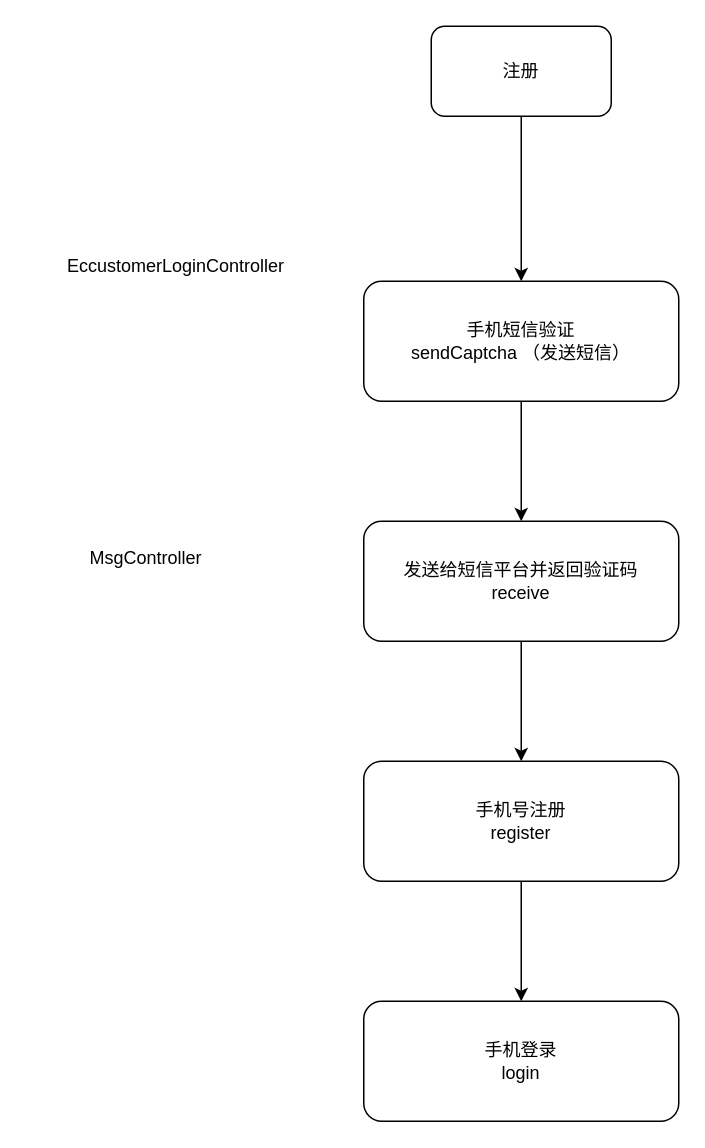
Above: 未命名绘图.drawio in luweib/itech (draw.io), before the change. Source tidied: cells renumbered, new cells numbered last; positions are measured from the earlier drawing's top-left corner, leaving out a move shared by most shapes. Both pictures are drawn from the tidied source at 150%, with x=0, y=0 at pixel (26, 26).
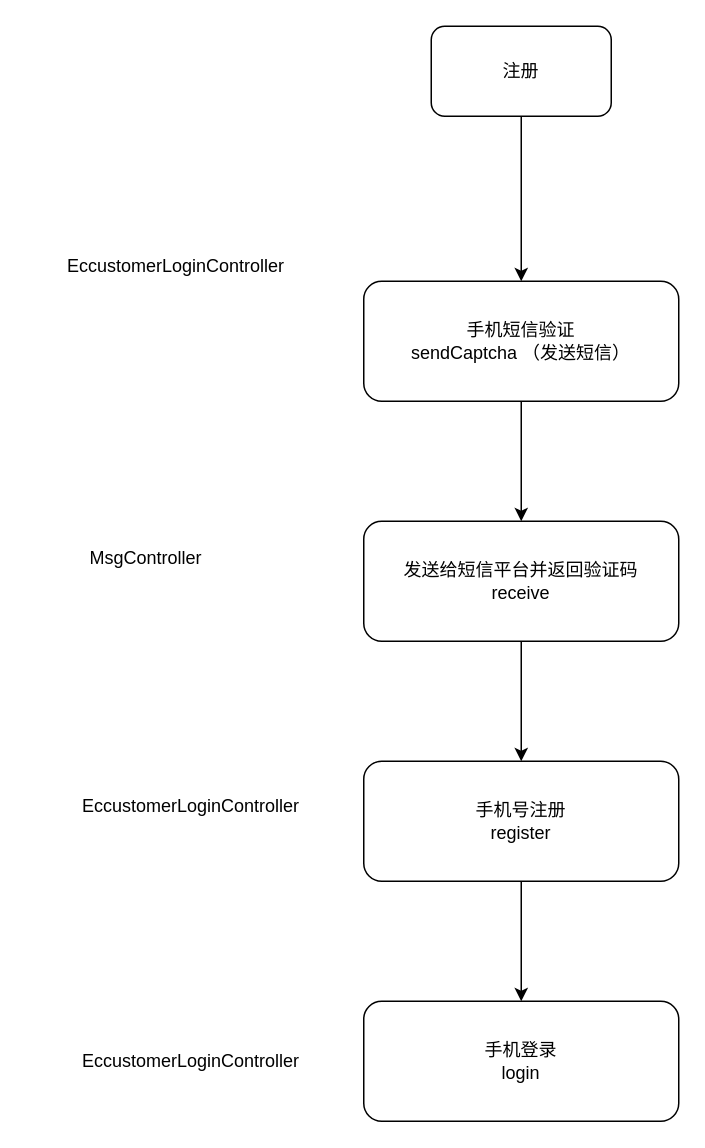
The same page after the edit.

Commit message (it also covers changes not shown here):
更新未命名绘图.drawio

Change to the diagram source:
```diff
@@
 <mxGraphModel>
   <root>
     <mxCell id="0" />
     <mxCell id="1" parent="0" />
     <mxCell id="2" style="edgeStyle=orthogonalEdgeStyle;rounded=0;jettySize=auto;html=1;" parent="1" edge="1" source="3" target="5">
       <mxGeometry relative="1" as="geometry" />
     </mxCell>
     <mxCell id="3" value="注册" style="rounded=1;whiteSpace=wrap;html=1;" parent="1" vertex="1">
       <mxGeometry x="270" width="120" height="60" as="geometry" />
     </mxCell>
     <mxCell id="4" style="edgeStyle=orthogonalEdgeStyle;rounded=0;jettySize=auto;html=1;" parent="1" edge="1" source="5" target="7">
       <mxGeometry relative="1" as="geometry" />
     </mxCell>
     <mxCell id="5" value="手机短信验证&lt;br&gt;sendCaptcha （发送短信）" style="rounded=1;whiteSpace=wrap;html=1;" parent="1" vertex="1">
       <mxGeometry x="225" y="170" width="210" height="80" as="geometry" />
     </mxCell>
     <mxCell id="6" style="edgeStyle=orthogonalEdgeStyle;rounded=0;jettySize=auto;html=1;" parent="1" edge="1" source="7" target="9">
       <mxGeometry relative="1" as="geometry" />
     </mxCell>
     <mxCell id="7" value="发送给短信平台并返回验证码&lt;br&gt;receive" style="rounded=1;whiteSpace=wrap;html=1;" parent="1" vertex="1">
       <mxGeometry x="225" y="330" width="210" height="80" as="geometry" />
     </mxCell>
     <mxCell id="8" style="edgeStyle=orthogonalEdgeStyle;rounded=0;jettySize=auto;html=1;" parent="1" edge="1" source="9" target="10">
       <mxGeometry relative="1" as="geometry" />
     </mxCell>
     <mxCell id="9" value="手机号注册&lt;br&gt;register" style="rounded=1;whiteSpace=wrap;html=1;" parent="1" vertex="1">
       <mxGeometry x="225" y="490" width="210" height="80" as="geometry" />
     </mxCell>
     <mxCell id="10" value="手机登录&lt;br&gt;login" style="rounded=1;whiteSpace=wrap;html=1;" parent="1" vertex="1">
       <mxGeometry x="225" y="650" width="210" height="80" as="geometry" />
     </mxCell>
     <mxCell id="11" value="EccustomerLoginController" style="text;html=1;strokeColor=none;fillColor=none;align=center;verticalAlign=middle;whiteSpace=wrap;rounded=0;" parent="1" vertex="1">
       <mxGeometry x="80" y="150" width="40" height="20" as="geometry" />
     </mxCell>
     <mxCell id="12" value="MsgController" style="text;html=1;strokeColor=none;fillColor=none;align=center;verticalAlign=middle;whiteSpace=wrap;rounded=0;" parent="1" vertex="1">
       <mxGeometry y="340" width="160" height="30" as="geometry" />
     </mxCell>
+    <mxCell id="13" value="EccustomerLoginController" style="text;html=1;strokeColor=none;fillColor=none;align=center;verticalAlign=middle;whiteSpace=wrap;rounded=0;" parent="1" vertex="1">
+      <mxGeometry x="90" y="510" width="40" height="20" as="geometry" />
+    </mxCell>
+    <mxCell id="14" value="EccustomerLoginController" style="text;html=1;strokeColor=none;fillColor=none;align=center;verticalAlign=middle;whiteSpace=wrap;rounded=0;" parent="1" vertex="1">
+      <mxGeometry x="90" y="680" width="40" height="20" as="geometry" />
+    </mxCell>
   </root>
 </mxGraphModel>
```
